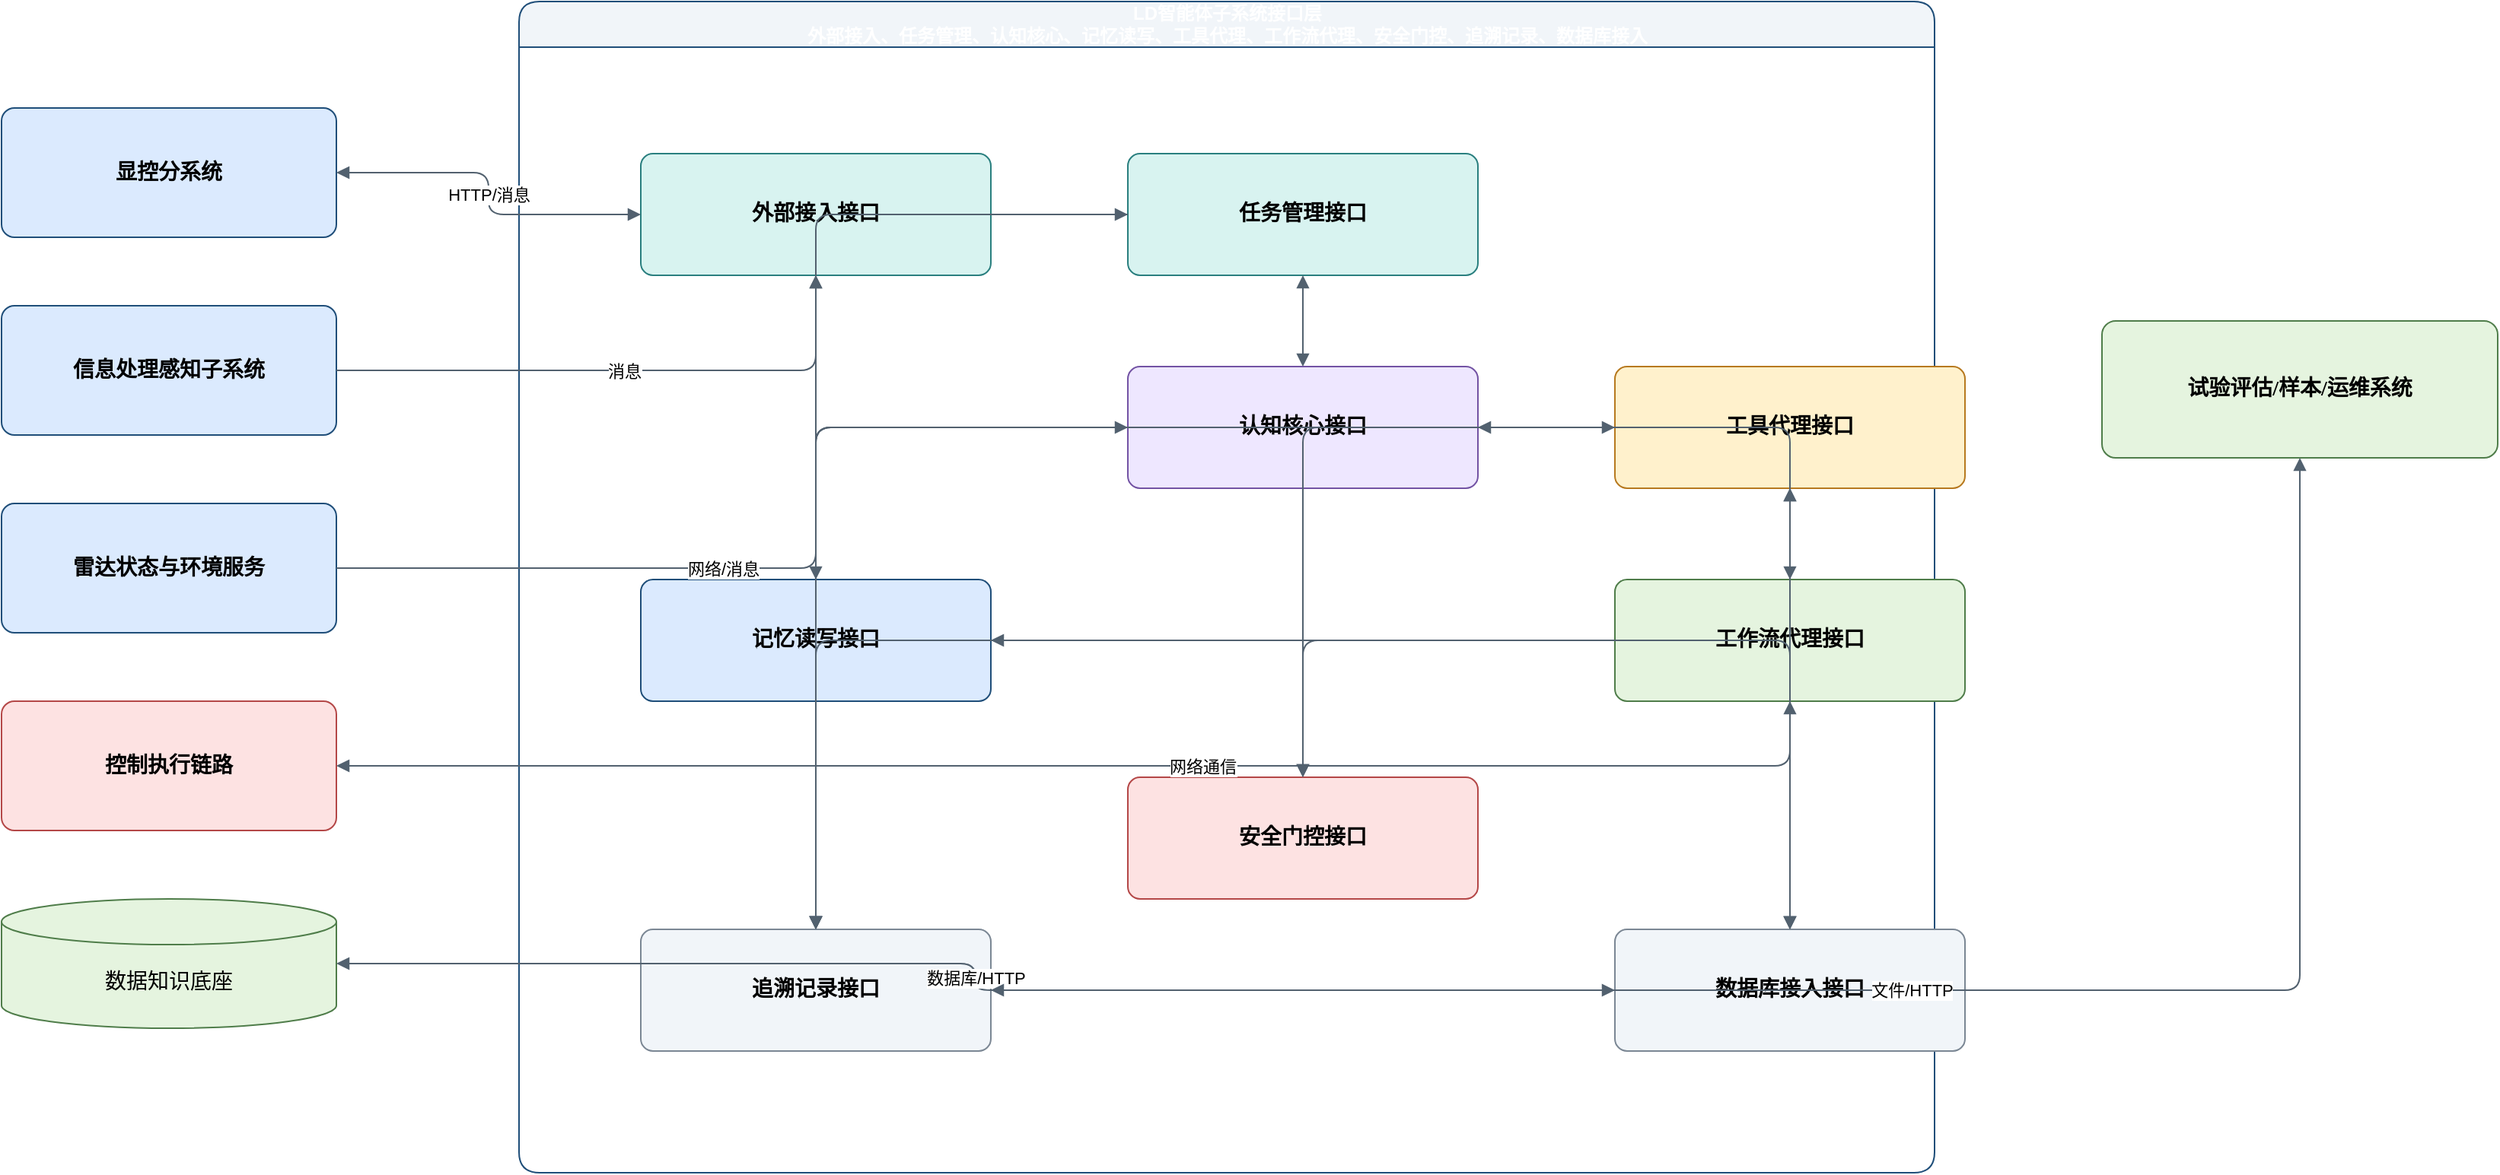
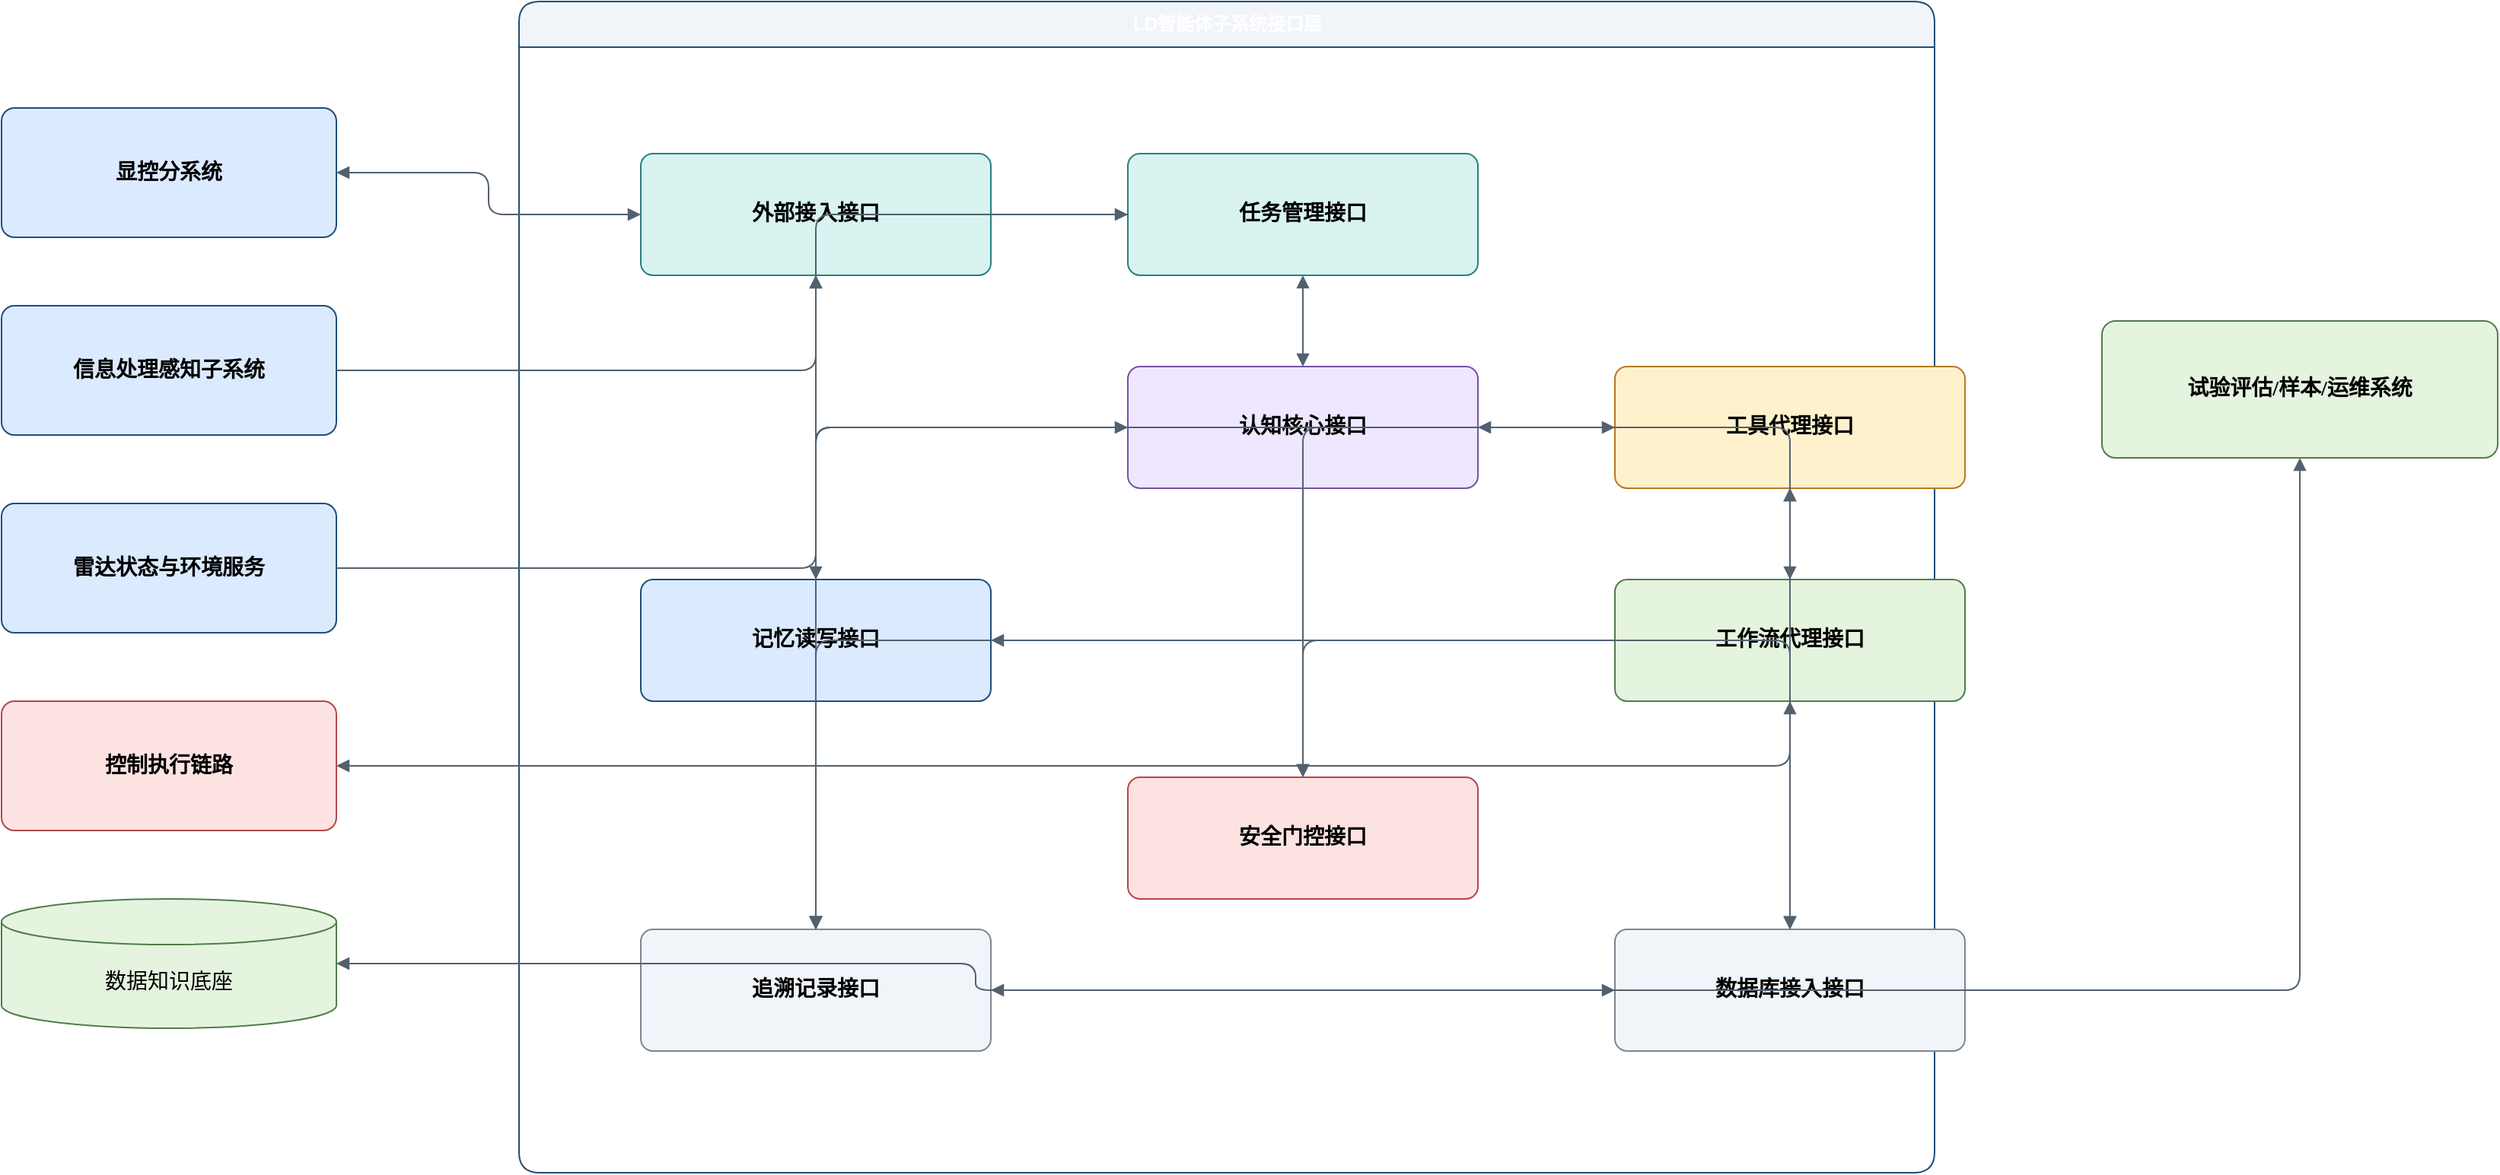
<?xml version="1.0" encoding="UTF-8"?>
<mxfile host="drawio" version="26.0.0">
  <diagram name="图4.3.3.2-7 LD智能体子系统接口关系图">
    <mxGraphModel dx="1600" dy="900" grid="1" gridSize="10" guides="1" tooltips="1" connect="1" arrows="1" fold="1" page="1" pageScale="1" pageWidth="1800" pageHeight="1020" math="0" shadow="0">
      <root>
        <mxCell id="0" />
        <mxCell id="1" parent="0" />
        <mxCell id="k1" value="显控分系统" style="rounded=1;arcSize=10;whiteSpace=wrap;html=1;fontFamily=Noto Sans SC;fontSize=14;fillColor=#dbeafe;strokeColor=#1f4e79;fontStyle=1;" vertex="1" parent="1"><mxGeometry x="80" y="220" width="220" height="85" as="geometry" /></mxCell>
        <mxCell id="k2" value="信息处理感知子系统" style="rounded=1;arcSize=10;whiteSpace=wrap;html=1;fontFamily=Noto Sans SC;fontSize=14;fillColor=#dbeafe;strokeColor=#1f4e79;fontStyle=1;" vertex="1" parent="1"><mxGeometry x="80" y="350" width="220" height="85" as="geometry" /></mxCell>
        <mxCell id="k3" value="雷达状态与环境服务" style="rounded=1;arcSize=10;whiteSpace=wrap;html=1;fontFamily=Noto Sans SC;fontSize=14;fillColor=#dbeafe;strokeColor=#1f4e79;fontStyle=1;" vertex="1" parent="1"><mxGeometry x="80" y="480" width="220" height="85" as="geometry" /></mxCell>
        <mxCell id="k4" value="控制执行链路" style="rounded=1;arcSize=10;whiteSpace=wrap;html=1;fontFamily=Noto Sans SC;fontSize=14;fillColor=#fde2e2;strokeColor=#b44747;fontStyle=1;" vertex="1" parent="1"><mxGeometry x="80" y="610" width="220" height="85" as="geometry" /></mxCell>
        <mxCell id="k5" value="数据知识底座" style="shape=cylinder3;boundedLbl=1;backgroundOutline=1;size=15;whiteSpace=wrap;html=1;fontFamily=Noto Sans SC;fontSize=14;fillColor=#e5f4df;strokeColor=#4f7d4a;" vertex="1" parent="1"><mxGeometry x="80" y="740" width="220" height="85" as="geometry" /></mxCell>
-         <mxCell id="k6" value="LD智能体子系统接口层&#xa;外部接入、任务管理、认知核心、记忆读写、工具代理、工作流代理、安全门控、追溯记录、数据库接入" style="swimlane;startSize=30;rounded=1;html=1;fillColor=#f1f5f9;strokeColor=#1f4e79;fontColor=#ffffff;fontStyle=1;" vertex="1" parent="1"><mxGeometry x="420" y="150" width="930" height="770" as="geometry" /></mxCell>
+         <mxCell id="k6" value="LD智能体子系统接口层" style="swimlane;startSize=30;rounded=1;html=1;fillColor=#f1f5f9;strokeColor=#1f4e79;fontColor=#ffffff;fontStyle=1;" vertex="1" parent="1"><mxGeometry x="420" y="150" width="930" height="770" as="geometry" /></mxCell>
        <mxCell id="k7" value="外部接入接口" style="rounded=1;arcSize=10;whiteSpace=wrap;html=1;fontFamily=Noto Sans SC;fontSize=14;fillColor=#d8f3f0;strokeColor=#2a7f7f;fontStyle=1;" vertex="1" parent="1"><mxGeometry x="500" y="250" width="230" height="80" as="geometry" /></mxCell>
        <mxCell id="k8" value="任务管理接口" style="rounded=1;arcSize=10;whiteSpace=wrap;html=1;fontFamily=Noto Sans SC;fontSize=14;fillColor=#d8f3f0;strokeColor=#2a7f7f;fontStyle=1;" vertex="1" parent="1"><mxGeometry x="820" y="250" width="230" height="80" as="geometry" /></mxCell>
        <mxCell id="k9" value="认知核心接口" style="rounded=1;arcSize=10;whiteSpace=wrap;html=1;fontFamily=Noto Sans SC;fontSize=14;fillColor=#eee7ff;strokeColor=#7353a4;fontStyle=1;" vertex="1" parent="1"><mxGeometry x="820" y="390" width="230" height="80" as="geometry" /></mxCell>
        <mxCell id="k10" value="记忆读写接口" style="rounded=1;arcSize=10;whiteSpace=wrap;html=1;fontFamily=Noto Sans SC;fontSize=14;fillColor=#dbeafe;strokeColor=#1f4e79;fontStyle=1;" vertex="1" parent="1"><mxGeometry x="500" y="530" width="230" height="80" as="geometry" /></mxCell>
        <mxCell id="k11" value="工具代理接口" style="rounded=1;arcSize=10;whiteSpace=wrap;html=1;fontFamily=Noto Sans SC;fontSize=14;fillColor=#fff1cc;strokeColor=#b7791f;fontStyle=1;" vertex="1" parent="1"><mxGeometry x="1140" y="390" width="230" height="80" as="geometry" /></mxCell>
        <mxCell id="k12" value="工作流代理接口" style="rounded=1;arcSize=10;whiteSpace=wrap;html=1;fontFamily=Noto Sans SC;fontSize=14;fillColor=#e5f4df;strokeColor=#4f7d4a;fontStyle=1;" vertex="1" parent="1"><mxGeometry x="1140" y="530" width="230" height="80" as="geometry" /></mxCell>
        <mxCell id="k13" value="安全门控接口" style="rounded=1;arcSize=10;whiteSpace=wrap;html=1;fontFamily=Noto Sans SC;fontSize=14;fillColor=#fde2e2;strokeColor=#b44747;fontStyle=1;" vertex="1" parent="1"><mxGeometry x="820" y="660" width="230" height="80" as="geometry" /></mxCell>
        <mxCell id="k14" value="追溯记录接口" style="rounded=1;arcSize=10;whiteSpace=wrap;html=1;fontFamily=Noto Sans SC;fontSize=14;fillColor=#f1f5f9;strokeColor=#7b8794;fontStyle=1;" vertex="1" parent="1"><mxGeometry x="500" y="760" width="230" height="80" as="geometry" /></mxCell>
        <mxCell id="k15" value="数据库接入接口" style="rounded=1;arcSize=10;whiteSpace=wrap;html=1;fontFamily=Noto Sans SC;fontSize=14;fillColor=#f1f5f9;strokeColor=#7b8794;fontStyle=1;" vertex="1" parent="1"><mxGeometry x="1140" y="760" width="230" height="80" as="geometry" /></mxCell>
        <mxCell id="k16" value="试验评估/样本/运维系统" style="rounded=1;arcSize=10;whiteSpace=wrap;html=1;fontFamily=Noto Sans SC;fontSize=14;fillColor=#e5f4df;strokeColor=#4f7d4a;fontStyle=1;" vertex="1" parent="1"><mxGeometry x="1460" y="360" width="260" height="90" as="geometry" /></mxCell>
-         <mxCell id="1000" value="HTTP/消息" style="edgeStyle=orthogonalEdgeStyle;rounded=1;orthogonalLoop=1;jettySize=auto;html=1;strokeColor=#52616f;endArrow=block;startArrow=block;" edge="1" parent="1" source="k1" target="k7"><mxGeometry relative="1" as="geometry" /></mxCell>
-         <mxCell id="1001" value="消息" style="edgeStyle=orthogonalEdgeStyle;rounded=1;orthogonalLoop=1;jettySize=auto;html=1;strokeColor=#52616f;endArrow=block;" edge="1" parent="1" source="k2" target="k7"><mxGeometry relative="1" as="geometry" /></mxCell>
-         <mxCell id="1002" value="网络/消息" style="edgeStyle=orthogonalEdgeStyle;rounded=1;orthogonalLoop=1;jettySize=auto;html=1;strokeColor=#52616f;endArrow=block;" edge="1" parent="1" source="k3" target="k7"><mxGeometry relative="1" as="geometry" /></mxCell>
-         <mxCell id="1003" value="网络通信" style="edgeStyle=orthogonalEdgeStyle;rounded=1;orthogonalLoop=1;jettySize=auto;html=1;strokeColor=#52616f;endArrow=block;startArrow=block;" edge="1" parent="1" source="k4" target="k11"><mxGeometry relative="1" as="geometry" /></mxCell>
-         <mxCell id="1004" value="数据库/HTTP" style="edgeStyle=orthogonalEdgeStyle;rounded=1;orthogonalLoop=1;jettySize=auto;html=1;strokeColor=#52616f;endArrow=block;startArrow=block;" edge="1" parent="1" source="k5" target="k15"><mxGeometry relative="1" as="geometry" /></mxCell>
+         <mxCell id="1000" value="" style="edgeStyle=orthogonalEdgeStyle;rounded=1;orthogonalLoop=1;jettySize=auto;html=1;strokeColor=#52616f;endArrow=block;startArrow=block;" edge="1" parent="1" source="k1" target="k7"><mxGeometry relative="1" as="geometry" /></mxCell>
+         <mxCell id="1001" value="" style="edgeStyle=orthogonalEdgeStyle;rounded=1;orthogonalLoop=1;jettySize=auto;html=1;strokeColor=#52616f;endArrow=block;" edge="1" parent="1" source="k2" target="k7"><mxGeometry relative="1" as="geometry" /></mxCell>
+         <mxCell id="1002" value="" style="edgeStyle=orthogonalEdgeStyle;rounded=1;orthogonalLoop=1;jettySize=auto;html=1;strokeColor=#52616f;endArrow=block;" edge="1" parent="1" source="k3" target="k7"><mxGeometry relative="1" as="geometry" /></mxCell>
+         <mxCell id="1003" value="" style="edgeStyle=orthogonalEdgeStyle;rounded=1;orthogonalLoop=1;jettySize=auto;html=1;strokeColor=#52616f;endArrow=block;startArrow=block;" edge="1" parent="1" source="k4" target="k11"><mxGeometry relative="1" as="geometry" /></mxCell>
+         <mxCell id="1004" value="" style="edgeStyle=orthogonalEdgeStyle;rounded=1;orthogonalLoop=1;jettySize=auto;html=1;strokeColor=#52616f;endArrow=block;startArrow=block;" edge="1" parent="1" source="k5" target="k15"><mxGeometry relative="1" as="geometry" /></mxCell>
        <mxCell id="1005" value="" style="edgeStyle=orthogonalEdgeStyle;rounded=1;orthogonalLoop=1;jettySize=auto;html=1;strokeColor=#52616f;endArrow=block;" edge="1" parent="1" source="k7" target="k8"><mxGeometry relative="1" as="geometry" /></mxCell>
        <mxCell id="1006" value="" style="edgeStyle=orthogonalEdgeStyle;rounded=1;orthogonalLoop=1;jettySize=auto;html=1;strokeColor=#52616f;endArrow=block;startArrow=block;" edge="1" parent="1" source="k8" target="k9"><mxGeometry relative="1" as="geometry" /></mxCell>
        <mxCell id="1007" value="" style="edgeStyle=orthogonalEdgeStyle;rounded=1;orthogonalLoop=1;jettySize=auto;html=1;strokeColor=#52616f;endArrow=block;startArrow=block;" edge="1" parent="1" source="k9" target="k10"><mxGeometry relative="1" as="geometry" /></mxCell>
        <mxCell id="1008" value="" style="edgeStyle=orthogonalEdgeStyle;rounded=1;orthogonalLoop=1;jettySize=auto;html=1;strokeColor=#52616f;endArrow=block;startArrow=block;" edge="1" parent="1" source="k9" target="k11"><mxGeometry relative="1" as="geometry" /></mxCell>
        <mxCell id="1009" value="" style="edgeStyle=orthogonalEdgeStyle;rounded=1;orthogonalLoop=1;jettySize=auto;html=1;strokeColor=#52616f;endArrow=block;" edge="1" parent="1" source="k9" target="k12"><mxGeometry relative="1" as="geometry" /></mxCell>
        <mxCell id="1010" value="" style="edgeStyle=orthogonalEdgeStyle;rounded=1;orthogonalLoop=1;jettySize=auto;html=1;strokeColor=#52616f;endArrow=block;" edge="1" parent="1" source="k11" target="k13"><mxGeometry relative="1" as="geometry" /></mxCell>
        <mxCell id="1011" value="" style="edgeStyle=orthogonalEdgeStyle;rounded=1;orthogonalLoop=1;jettySize=auto;html=1;strokeColor=#52616f;endArrow=block;" edge="1" parent="1" source="k12" target="k13"><mxGeometry relative="1" as="geometry" /></mxCell>
        <mxCell id="1012" value="" style="edgeStyle=orthogonalEdgeStyle;rounded=1;orthogonalLoop=1;jettySize=auto;html=1;strokeColor=#52616f;endArrow=block;startArrow=block;" edge="1" parent="1" source="k10" target="k15"><mxGeometry relative="1" as="geometry" /></mxCell>
        <mxCell id="1013" value="" style="edgeStyle=orthogonalEdgeStyle;rounded=1;orthogonalLoop=1;jettySize=auto;html=1;strokeColor=#52616f;endArrow=block;startArrow=block;" edge="1" parent="1" source="k11" target="k15"><mxGeometry relative="1" as="geometry" /></mxCell>
        <mxCell id="1014" value="" style="edgeStyle=orthogonalEdgeStyle;rounded=1;orthogonalLoop=1;jettySize=auto;html=1;strokeColor=#52616f;endArrow=block;startArrow=block;" edge="1" parent="1" source="k12" target="k15"><mxGeometry relative="1" as="geometry" /></mxCell>
        <mxCell id="1015" value="" style="edgeStyle=orthogonalEdgeStyle;rounded=1;orthogonalLoop=1;jettySize=auto;html=1;strokeColor=#52616f;endArrow=block;" edge="1" parent="1" source="k8" target="k14"><mxGeometry relative="1" as="geometry" /></mxCell>
        <mxCell id="1016" value="" style="edgeStyle=orthogonalEdgeStyle;rounded=1;orthogonalLoop=1;jettySize=auto;html=1;strokeColor=#52616f;endArrow=block;" edge="1" parent="1" source="k9" target="k14"><mxGeometry relative="1" as="geometry" /></mxCell>
        <mxCell id="1017" value="" style="edgeStyle=orthogonalEdgeStyle;rounded=1;orthogonalLoop=1;jettySize=auto;html=1;strokeColor=#52616f;endArrow=block;" edge="1" parent="1" source="k10" target="k14"><mxGeometry relative="1" as="geometry" /></mxCell>
        <mxCell id="1018" value="" style="edgeStyle=orthogonalEdgeStyle;rounded=1;orthogonalLoop=1;jettySize=auto;html=1;strokeColor=#52616f;endArrow=block;" edge="1" parent="1" source="k11" target="k14"><mxGeometry relative="1" as="geometry" /></mxCell>
        <mxCell id="1019" value="" style="edgeStyle=orthogonalEdgeStyle;rounded=1;orthogonalLoop=1;jettySize=auto;html=1;strokeColor=#52616f;endArrow=block;" edge="1" parent="1" source="k12" target="k14"><mxGeometry relative="1" as="geometry" /></mxCell>
-         <mxCell id="1020" value="文件/HTTP" style="edgeStyle=orthogonalEdgeStyle;rounded=1;orthogonalLoop=1;jettySize=auto;html=1;strokeColor=#52616f;endArrow=block;startArrow=block;" edge="1" parent="1" source="k14" target="k16"><mxGeometry relative="1" as="geometry" /></mxCell>
+         <mxCell id="1020" value="" style="edgeStyle=orthogonalEdgeStyle;rounded=1;orthogonalLoop=1;jettySize=auto;html=1;strokeColor=#52616f;endArrow=block;startArrow=block;" edge="1" parent="1" source="k14" target="k16"><mxGeometry relative="1" as="geometry" /></mxCell>
      </root>
    </mxGraphModel>
  </diagram>
</mxfile>
